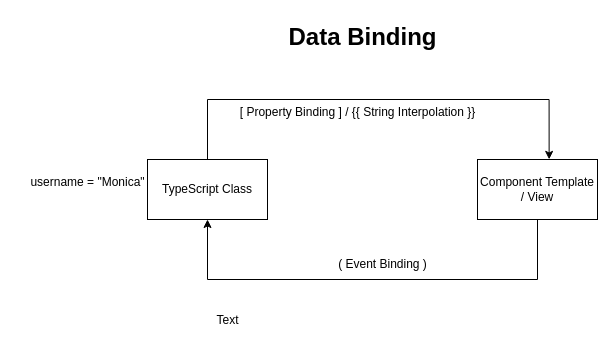
Above: page "Page-2" (2 of 3) of refs/ng-diagrams.drawio in synergy2411/sept25_angular (draw.io), before the change. Source tidied: cells renumbered, new cells numbered last; positions are measured from the earlier drawing's top-left corner, leaving out a move shared by most shapes. Both pictures are drawn from the tidied source at 100%, with x=0, y=0 at pixel (17, 17).
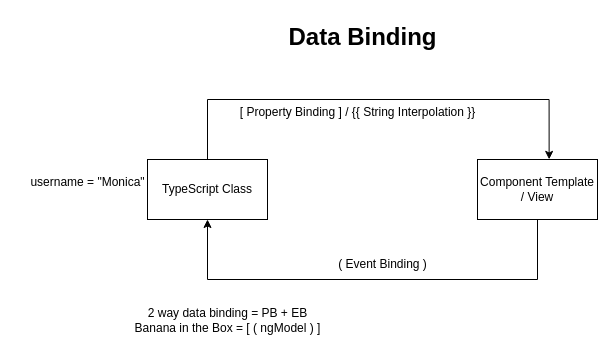
The same page after the edit.

Commit message (it also covers changes not shown here):
child to parent

Change to the diagram source:
```diff
@@
 <mxGraphModel>
   <root>
     <mxCell id="0" />
     <mxCell id="1" parent="0" />
     <mxCell id="2" value="Data Binding" style="text;strokeColor=none;fillColor=none;html=1;fontSize=24;fontStyle=1;verticalAlign=middle;align=center;" parent="1" vertex="1">
       <mxGeometry x="295" width="100" height="40" as="geometry" />
     </mxCell>
     <mxCell id="3" value="TypeScript Class" style="rounded=0;whiteSpace=wrap;html=1;" parent="1" vertex="1">
       <mxGeometry x="130" y="142" width="120" height="60" as="geometry" />
     </mxCell>
     <mxCell id="4" style="edgeStyle=orthogonalEdgeStyle;rounded=0;jettySize=auto;html=1;exitX=0.5;exitY=1;exitDx=0;exitDy=0;entryX=0.5;entryY=1;entryDx=0;entryDy=0;" parent="1" edge="1" source="5" target="3">
       <mxGeometry relative="1" as="geometry">
         <Array as="points">
           <mxPoint x="520" y="262" />
           <mxPoint x="190" y="262" />
         </Array>
       </mxGeometry>
     </mxCell>
     <mxCell id="5" value="Component Template / View" style="rounded=0;whiteSpace=wrap;html=1;" parent="1" vertex="1">
       <mxGeometry x="460" y="142" width="120" height="60" as="geometry" />
     </mxCell>
     <mxCell id="6" value="username = &quot;Monica&quot;" style="text;html=1;align=center;verticalAlign=middle;strokeColor=none;fillColor=none;" parent="1" vertex="1">
       <mxGeometry y="150" width="140" height="30" as="geometry" />
     </mxCell>
     <mxCell id="7" style="edgeStyle=orthogonalEdgeStyle;rounded=0;jettySize=auto;html=1;exitX=0.5;exitY=0;exitDx=0;exitDy=0;entryX=0.597;entryY=-0.002;entryDx=0;entryDy=0;entryPerimeter=0;" parent="1" edge="1" source="3" target="5">
       <mxGeometry relative="1" as="geometry">
         <Array as="points">
           <mxPoint x="190" y="82" />
           <mxPoint x="532" y="82" />
         </Array>
       </mxGeometry>
     </mxCell>
     <mxCell id="8" value="[ Property Binding ] / {{ String Interpolation }}" style="text;html=1;align=center;verticalAlign=middle;strokeColor=none;fillColor=none;" parent="1" vertex="1">
       <mxGeometry x="210" y="80" width="260" height="30" as="geometry" />
     </mxCell>
     <mxCell id="9" value="( Event Binding )" style="text;html=1;align=center;verticalAlign=middle;strokeColor=none;fillColor=none;" parent="1" vertex="1">
       <mxGeometry x="310" y="232" width="110" height="30" as="geometry" />
     </mxCell>
-    <mxCell id="10" value="Text" style="text;html=1;align=center;verticalAlign=middle;strokeColor=none;fillColor=none;" parent="1" vertex="1">
-      <mxGeometry x="185" y="288" width="50" height="30" as="geometry" />
+    <mxCell id="10" value="2 way data binding = PB + EB&lt;div&gt;Banana in the Box = [ ( ngModel ) ]&lt;/div&gt;" style="text;html=1;align=center;verticalAlign=middle;strokeColor=none;fillColor=none;" parent="1" vertex="1">
+      <mxGeometry x="105" y="283" width="210" height="40" as="geometry" />
     </mxCell>
   </root>
 </mxGraphModel>
```
